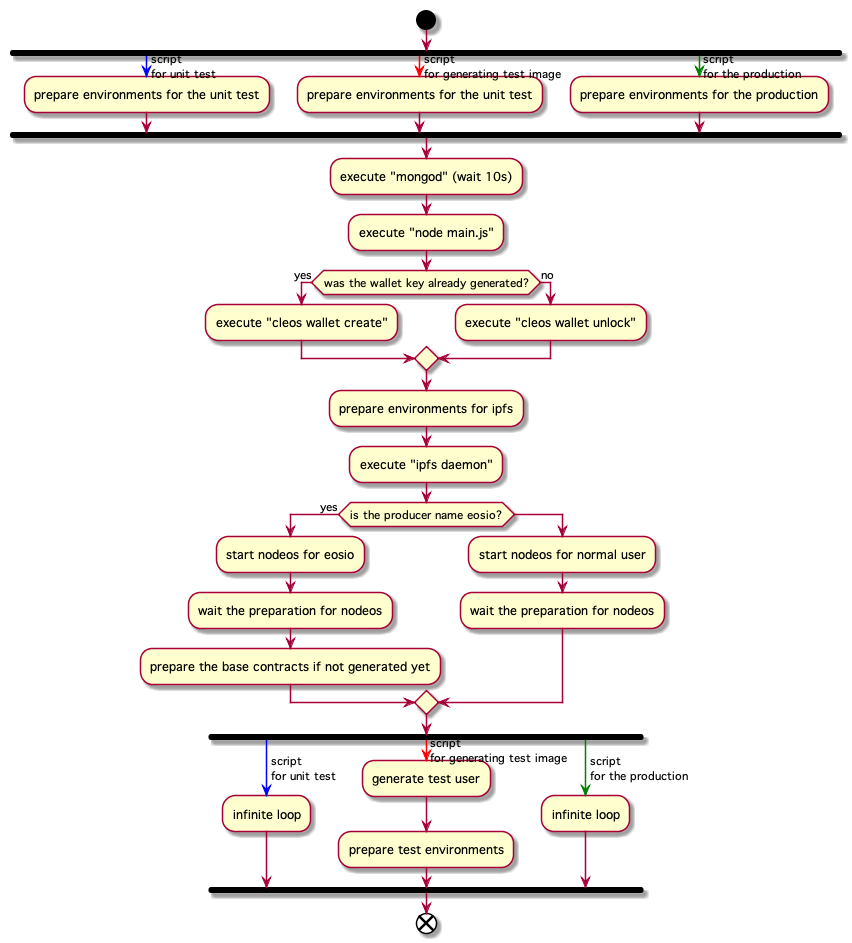
Before: doc/docker_shell.png, a diagram exported from PlantUML (mypher/mypher). Its diagram source:
```plantuml
@startuml
skinparam {
	defaultFontName Geneva
}
start
fork
	-[#blue]->script
	for unit test;
	:prepare environments for the unit test;
fork again
	-[#red]->script
	for generating test image;
	:prepare environments for the unit test;
fork again
	-[#green]->script
	for the production;
	:prepare environments for the production;
end fork
:execute "mongod" (wait 10s);
:execute "node main.js";
if (was the wallet key already generated?) then (yes)
	:execute "cleos wallet create";
else (no)
	:execute "cleos wallet unlock";
endif
:prepare environments for ipfs;
:execute "ipfs daemon";
if (is the producer name eosio?) then (yes)
	:start nodeos for eosio;
	:wait the preparation for nodeos;
	:prepare the base contracts if not generated yet;
else
	:start nodeos for normal user;
	:wait the preparation for nodeos;
endif
fork
	-[#blue]->script
	for unit test;
	:infinite loop;
fork again
	-[#red]->script
	for generating test image;
	:generate test user;
	:prepare test environments;
fork again
	-[#green]->script
	for the production;
	:infinite loop;
end fork
end
@enduml
```
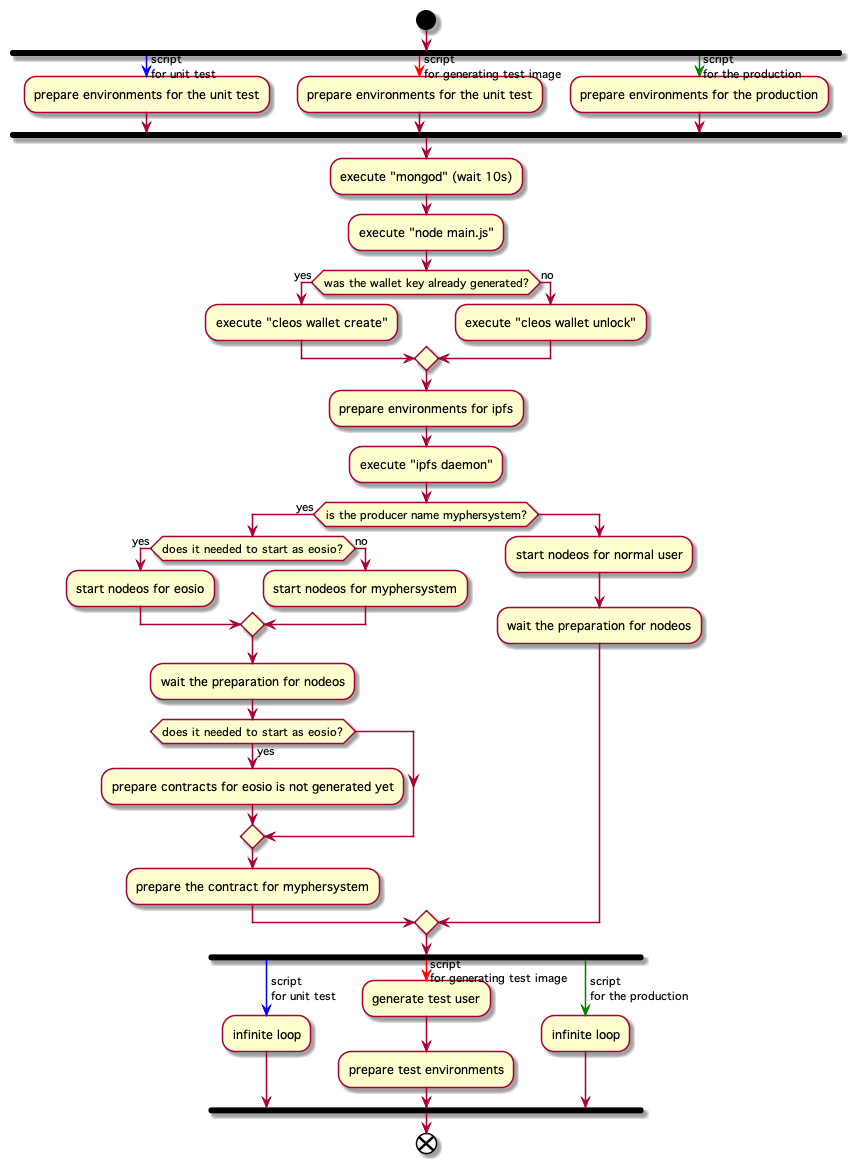
After the commit.

What changed in the source:
```diff
@@ -25,10 +25,17 @@
 endif
 :prepare environments for ipfs;
 :execute "ipfs daemon";
-if (is the producer name eosio?) then (yes)
-	:start nodeos for eosio;
+if (is the producer name myphersystem?) then (yes)
+	if (does it needed to start as eosio?) then (yes)
+		:start nodeos for eosio;
+	else (no)
+		:start nodeos for myphersystem;
+	endif
 	:wait the preparation for nodeos;
-	:prepare the base contracts if not generated yet;
+	if (does it needed to start as eosio?) then (yes)
+		:prepare contracts for eosio is not generated yet;
+	endif
+	:prepare the contract for myphersystem;
 else
 	:start nodeos for normal user;
 	:wait the preparation for nodeos;
```
